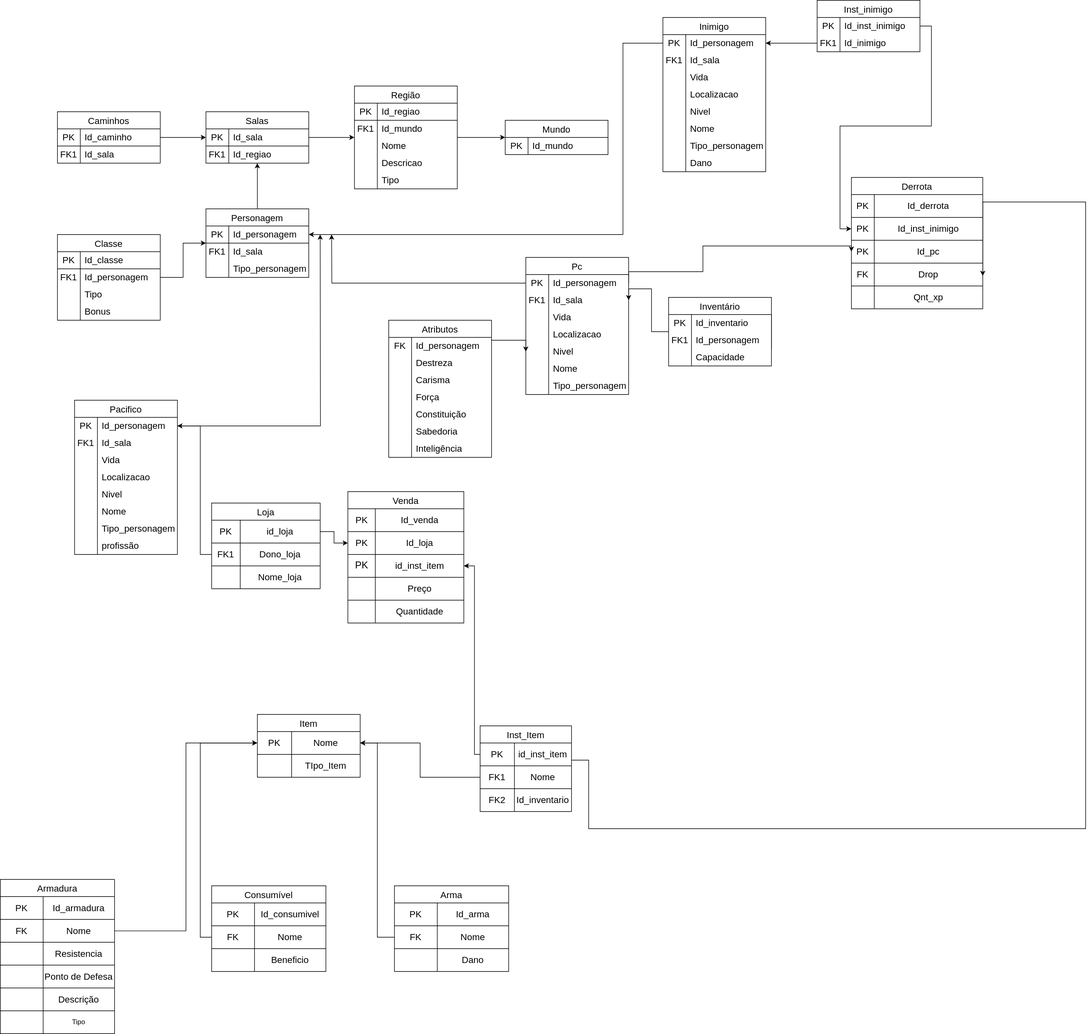
Above: docs/modulo_01/MER.drawio.svg in SBD1/2024.2-D-D-classico (draw.io), before the change. Source tidied: cells renumbered, new cells last; positions are measured from the earlier drawing's top-left corner, leaving out a move shared by most shapes.
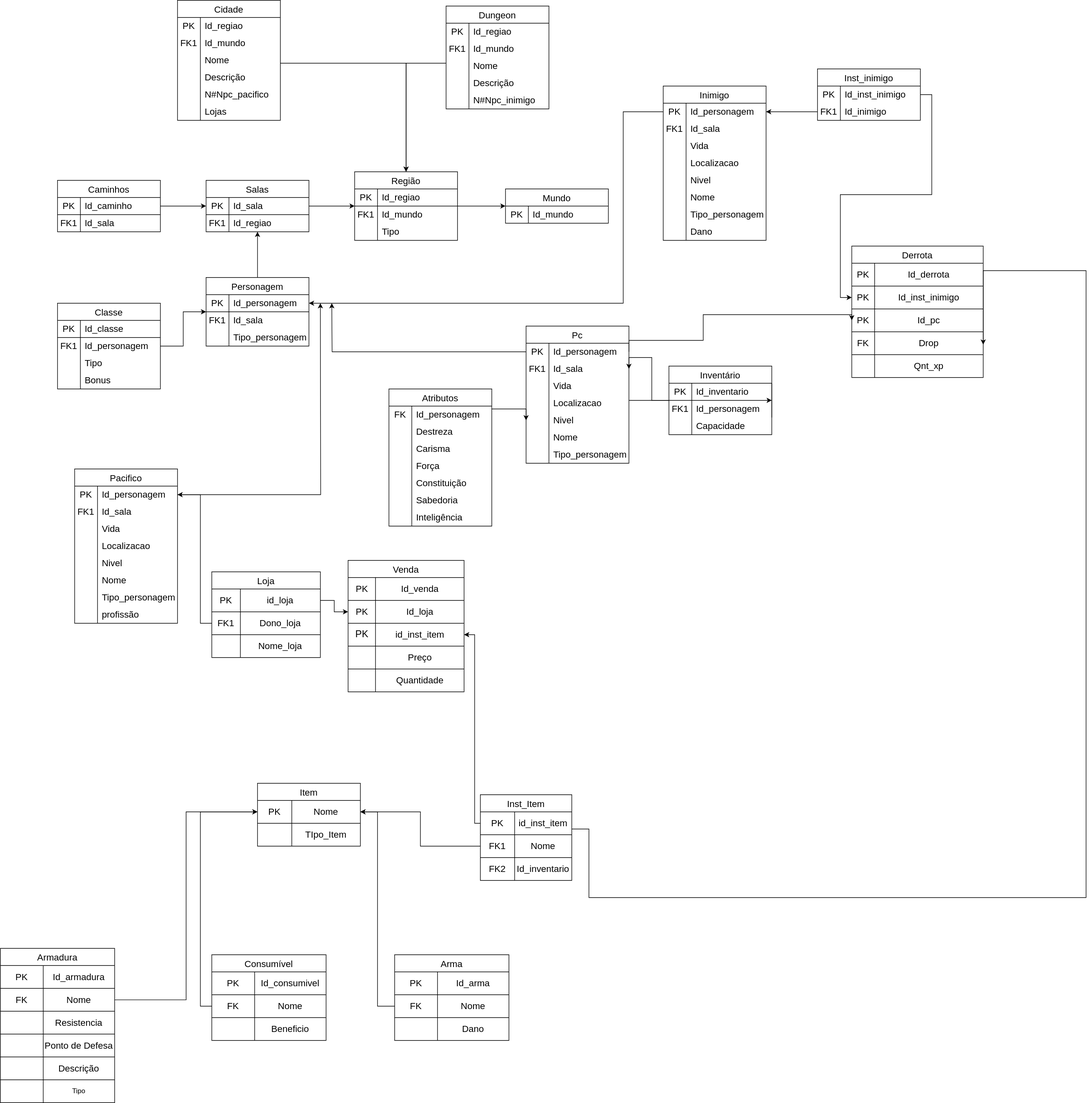
After the commit.

Commit message:
Adiciona tabelas cidade e dungeon

The edit, as a diff of the source:
```diff
@@ -20,8 +20,22 @@
     <mxCell id="7" style="edgeStyle=orthogonalEdgeStyle;rounded=0;jettySize=auto;html=1;" parent="1" edge="1" source="27" target="8">
       <mxGeometry relative="1" as="geometry" />
     </mxCell>
+    <mxCell id="296" style="edgeStyle=orthogonalEdgeStyle;rounded=0;jettySize=auto;html=1;" parent="1" edge="1" source="298" target="8">
+      <mxGeometry relative="1" as="geometry">
+        <Array as="points">
+          <mxPoint x="710" y="-10" />
+        </Array>
+      </mxGeometry>
+    </mxCell>
+    <mxCell id="297" style="edgeStyle=orthogonalEdgeStyle;rounded=0;jettySize=auto;html=1;" parent="1" edge="1" source="317" target="8">
+      <mxGeometry relative="1" as="geometry">
+        <Array as="points">
+          <mxPoint x="710" y="-10" />
+        </Array>
+      </mxGeometry>
+    </mxCell>
     <mxCell id="8" value="Região" style="shape=table;startSize=30;rowLines=0;fontStyle=0;strokeColor=default;fontSize=16;" parent="1" vertex="1">
-      <mxGeometry x="620" y="150" width="180" height="180" as="geometry" />
+      <mxGeometry x="620" y="180" width="180" height="120" as="geometry" />
     </mxCell>
     <mxCell id="9" style="shape=tableRow;horizontal=0;startSize=0;swimlaneHead=0;swimlaneBody=0;top=0;left=0;bottom=0;right=0;fillColor=none;strokeColor=inherit;fontSize=16;" parent="8" vertex="1">
       <mxGeometry y="30" width="180" height="30" as="geometry" />
@@ -41,26 +55,8 @@
     <mxCell id="14" value="Id_mundo" style="shape=partialRectangle;html=1;whiteSpace=wrap;fillColor=none;top=0;left=0;bottom=0;right=0;align=left;spacingLeft=6;overflow=hidden;strokeColor=inherit;fontSize=16;" parent="12" vertex="1">
       <mxGeometry x="40" width="140" height="30" as="geometry" />
     </mxCell>
-    <mxCell id="15" style="shape=tableRow;horizontal=0;startSize=0;swimlaneHead=0;swimlaneBody=0;top=0;left=0;bottom=0;right=0;fillColor=none;strokeColor=inherit;fontSize=16;" parent="8" vertex="1">
-      <mxGeometry y="90" width="180" height="30" as="geometry" />
-    </mxCell>
-    <mxCell id="16" style="shape=partialRectangle;html=1;whiteSpace=wrap;fillColor=none;top=0;left=0;bottom=0;right=0;overflow=hidden;strokeColor=inherit;fontSize=16;" parent="15" vertex="1">
-      <mxGeometry width="40" height="30" as="geometry" />
-    </mxCell>
-    <mxCell id="17" value="Nome" style="shape=partialRectangle;html=1;whiteSpace=wrap;fillColor=none;top=0;left=0;bottom=0;right=0;align=left;spacingLeft=6;overflow=hidden;strokeColor=inherit;fontSize=16;" parent="15" vertex="1">
-      <mxGeometry x="40" width="140" height="30" as="geometry" />
-    </mxCell>
-    <mxCell id="18" style="shape=tableRow;horizontal=0;startSize=0;swimlaneHead=0;swimlaneBody=0;top=0;left=0;bottom=0;right=0;fillColor=none;strokeColor=inherit;fontSize=16;" parent="8" vertex="1">
-      <mxGeometry y="120" width="180" height="30" as="geometry" />
-    </mxCell>
-    <mxCell id="19" style="shape=partialRectangle;html=1;whiteSpace=wrap;fillColor=none;top=0;left=0;bottom=0;right=0;overflow=hidden;strokeColor=inherit;fontSize=16;" parent="18" vertex="1">
-      <mxGeometry width="40" height="30" as="geometry" />
-    </mxCell>
-    <mxCell id="20" value="Descricao" style="shape=partialRectangle;html=1;whiteSpace=wrap;fillColor=none;top=0;left=0;bottom=0;right=0;align=left;spacingLeft=6;overflow=hidden;strokeColor=inherit;fontSize=16;" parent="18" vertex="1">
-      <mxGeometry x="40" width="140" height="30" as="geometry" />
-    </mxCell>
     <mxCell id="21" style="shape=tableRow;horizontal=0;startSize=0;swimlaneHead=0;swimlaneBody=0;top=0;left=0;bottom=0;right=0;fillColor=none;strokeColor=inherit;fontSize=16;" parent="8" vertex="1">
-      <mxGeometry y="150" width="180" height="30" as="geometry" />
+      <mxGeometry y="90" width="180" height="30" as="geometry" />
     </mxCell>
     <mxCell id="22" style="shape=partialRectangle;html=1;whiteSpace=wrap;fillColor=none;top=0;left=0;bottom=0;right=0;overflow=hidden;strokeColor=inherit;fontSize=16;" parent="21" vertex="1">
       <mxGeometry width="40" height="30" as="geometry" />
@@ -69,7 +65,7 @@
       <mxGeometry x="40" width="140" height="30" as="geometry" />
     </mxCell>
     <mxCell id="24" style="line;strokeWidth=1;html=1;" parent="1" vertex="1">
-      <mxGeometry x="620" y="205" width="180" height="10" as="geometry" />
+      <mxGeometry x="620" y="235" width="180" height="10" as="geometry" />
     </mxCell>
     <mxCell id="25" style="edgeStyle=orthogonalEdgeStyle;rounded=0;jettySize=auto;html=1;" parent="1" edge="1" source="35" target="27">
       <mxGeometry relative="1" as="geometry" />
@@ -915,6 +911,63 @@
         <mxPoint x="560" y="410" as="targetPoint" />
       </mxGeometry>
     </mxCell>
+    <mxCell id="298" value="Cidade" style="shape=table;startSize=30;rowLines=0;fontStyle=0;strokeColor=default;fontSize=16;" parent="1" vertex="1">
+      <mxGeometry x="310" y="-120" width="180" height="210" as="geometry" />
+    </mxCell>
+    <mxCell id="299" style="shape=tableRow;horizontal=0;startSize=0;swimlaneHead=0;swimlaneBody=0;top=0;left=0;bottom=0;right=0;fillColor=none;strokeColor=inherit;fontSize=16;" parent="298" vertex="1">
+      <mxGeometry y="30" width="180" height="30" as="geometry" />
+    </mxCell>
+    <mxCell id="300" value="PK" style="shape=partialRectangle;html=1;whiteSpace=wrap;fillColor=none;top=0;left=0;bottom=0;right=0;overflow=hidden;strokeColor=default;fontSize=16;perimeterSpacing=1;" parent="299" vertex="1">
+      <mxGeometry width="40" height="30" as="geometry" />
+    </mxCell>
+    <mxCell id="301" value="Id_regiao" style="shape=partialRectangle;html=1;whiteSpace=wrap;fillColor=none;top=0;left=0;bottom=0;right=0;align=left;spacingLeft=6;overflow=hidden;strokeColor=default;fontSize=16;perimeterSpacing=1;" parent="299" vertex="1">
+      <mxGeometry x="40" width="140" height="30" as="geometry" />
+    </mxCell>
+    <mxCell id="302" style="shape=tableRow;horizontal=0;startSize=0;swimlaneHead=0;swimlaneBody=0;top=0;left=0;bottom=0;right=0;fillColor=none;strokeColor=inherit;fontSize=16;" parent="298" vertex="1">
+      <mxGeometry y="60" width="180" height="30" as="geometry" />
+    </mxCell>
+    <mxCell id="303" value="FK1" style="shape=partialRectangle;html=1;whiteSpace=wrap;fillColor=none;top=0;left=0;bottom=0;right=0;overflow=hidden;strokeColor=inherit;fontSize=16;" parent="302" vertex="1">
+      <mxGeometry width="40" height="30" as="geometry" />
+    </mxCell>
+    <mxCell id="304" value="Id_mundo" style="shape=partialRectangle;html=1;whiteSpace=wrap;fillColor=none;top=0;left=0;bottom=0;right=0;align=left;spacingLeft=6;overflow=hidden;strokeColor=inherit;fontSize=16;" parent="302" vertex="1">
+      <mxGeometry x="40" width="140" height="30" as="geometry" />
+    </mxCell>
+    <mxCell id="305" style="shape=tableRow;horizontal=0;startSize=0;swimlaneHead=0;swimlaneBody=0;top=0;left=0;bottom=0;right=0;fillColor=none;strokeColor=inherit;fontSize=16;" parent="298" vertex="1">
+      <mxGeometry y="90" width="180" height="30" as="geometry" />
+    </mxCell>
+    <mxCell id="306" style="shape=partialRectangle;html=1;whiteSpace=wrap;fillColor=none;top=0;left=0;bottom=0;right=0;overflow=hidden;strokeColor=inherit;fontSize=16;" parent="305" vertex="1">
+      <mxGeometry width="40" height="30" as="geometry" />
+    </mxCell>
+    <mxCell id="307" value="Nome" style="shape=partialRectangle;html=1;whiteSpace=wrap;fillColor=none;top=0;left=0;bottom=0;right=0;align=left;spacingLeft=6;overflow=hidden;strokeColor=inherit;fontSize=16;" parent="305" vertex="1">
+      <mxGeometry x="40" width="140" height="30" as="geometry" />
+    </mxCell>
+    <mxCell id="308" style="shape=tableRow;horizontal=0;startSize=0;swimlaneHead=0;swimlaneBody=0;top=0;left=0;bottom=0;right=0;fillColor=none;strokeColor=inherit;fontSize=16;" parent="298" vertex="1">
+      <mxGeometry y="120" width="180" height="30" as="geometry" />
+    </mxCell>
+    <mxCell id="309" style="shape=partialRectangle;html=1;whiteSpace=wrap;fillColor=none;top=0;left=0;bottom=0;right=0;overflow=hidden;strokeColor=inherit;fontSize=16;" parent="308" vertex="1">
+      <mxGeometry width="40" height="30" as="geometry" />
+    </mxCell>
+    <mxCell id="310" value="Descrição" style="shape=partialRectangle;html=1;whiteSpace=wrap;fillColor=none;top=0;left=0;bottom=0;right=0;align=left;spacingLeft=6;overflow=hidden;strokeColor=inherit;fontSize=16;" parent="308" vertex="1">
+      <mxGeometry x="40" width="140" height="30" as="geometry" />
+    </mxCell>
+    <mxCell id="311" style="shape=tableRow;horizontal=0;startSize=0;swimlaneHead=0;swimlaneBody=0;top=0;left=0;bottom=0;right=0;fillColor=none;strokeColor=inherit;fontSize=16;" parent="298" vertex="1">
+      <mxGeometry y="150" width="180" height="30" as="geometry" />
+    </mxCell>
+    <mxCell id="312" style="shape=partialRectangle;html=1;whiteSpace=wrap;fillColor=none;top=0;left=0;bottom=0;right=0;overflow=hidden;strokeColor=inherit;fontSize=16;" parent="311" vertex="1">
+      <mxGeometry width="40" height="30" as="geometry" />
+    </mxCell>
+    <mxCell id="313" value="N#Npc_pacifico" style="shape=partialRectangle;html=1;whiteSpace=wrap;fillColor=none;top=0;left=0;bottom=0;right=0;align=left;spacingLeft=6;overflow=hidden;strokeColor=inherit;fontSize=16;" parent="311" vertex="1">
+      <mxGeometry x="40" width="140" height="30" as="geometry" />
+    </mxCell>
+    <mxCell id="314" style="shape=tableRow;horizontal=0;startSize=0;swimlaneHead=0;swimlaneBody=0;top=0;left=0;bottom=0;right=0;fillColor=none;strokeColor=inherit;fontSize=16;" parent="298" vertex="1">
+      <mxGeometry y="180" width="180" height="30" as="geometry" />
+    </mxCell>
+    <mxCell id="315" style="shape=partialRectangle;html=1;whiteSpace=wrap;fillColor=none;top=0;left=0;bottom=0;right=0;overflow=hidden;strokeColor=inherit;fontSize=16;" parent="314" vertex="1">
+      <mxGeometry width="40" height="30" as="geometry" />
+    </mxCell>
+    <mxCell id="316" value="Lojas" style="shape=partialRectangle;html=1;whiteSpace=wrap;fillColor=none;top=0;left=0;bottom=0;right=0;align=left;spacingLeft=6;overflow=hidden;strokeColor=inherit;fontSize=16;" parent="314" vertex="1">
+      <mxGeometry x="40" width="140" height="30" as="geometry" />
+    </mxCell>
     <mxCell id="294" style="edgeStyle=orthogonalEdgeStyle;rounded=0;jettySize=auto;html=1;entryX=1;entryY=0.5;entryDx=0;entryDy=0;" parent="1" edge="1" source="101" target="117">
       <mxGeometry relative="1" as="geometry">
         <Array as="points">
@@ -923,6 +976,54 @@
         </Array>
       </mxGeometry>
     </mxCell>
+    <mxCell id="317" value="Dungeon" style="shape=table;startSize=30;rowLines=0;fontStyle=0;strokeColor=default;fontSize=16;" parent="1" vertex="1">
+      <mxGeometry x="780" y="-110" width="180" height="180" as="geometry" />
+    </mxCell>
+    <mxCell id="318" style="shape=tableRow;horizontal=0;startSize=0;swimlaneHead=0;swimlaneBody=0;top=0;left=0;bottom=0;right=0;fillColor=none;strokeColor=inherit;fontSize=16;" parent="317" vertex="1">
+      <mxGeometry y="30" width="180" height="30" as="geometry" />
+    </mxCell>
+    <mxCell id="319" value="PK" style="shape=partialRectangle;html=1;whiteSpace=wrap;fillColor=none;top=0;left=0;bottom=0;right=0;overflow=hidden;strokeColor=default;fontSize=16;perimeterSpacing=1;" parent="318" vertex="1">
+      <mxGeometry width="40" height="30" as="geometry" />
+    </mxCell>
+    <mxCell id="320" value="Id_regiao" style="shape=partialRectangle;html=1;whiteSpace=wrap;fillColor=none;top=0;left=0;bottom=0;right=0;align=left;spacingLeft=6;overflow=hidden;strokeColor=default;fontSize=16;perimeterSpacing=1;" parent="318" vertex="1">
+      <mxGeometry x="40" width="140" height="30" as="geometry" />
+    </mxCell>
+    <mxCell id="321" style="shape=tableRow;horizontal=0;startSize=0;swimlaneHead=0;swimlaneBody=0;top=0;left=0;bottom=0;right=0;fillColor=none;strokeColor=inherit;fontSize=16;" parent="317" vertex="1">
+      <mxGeometry y="60" width="180" height="30" as="geometry" />
+    </mxCell>
+    <mxCell id="322" value="FK1" style="shape=partialRectangle;html=1;whiteSpace=wrap;fillColor=none;top=0;left=0;bottom=0;right=0;overflow=hidden;strokeColor=inherit;fontSize=16;" parent="321" vertex="1">
+      <mxGeometry width="40" height="30" as="geometry" />
+    </mxCell>
+    <mxCell id="323" value="Id_mundo" style="shape=partialRectangle;html=1;whiteSpace=wrap;fillColor=none;top=0;left=0;bottom=0;right=0;align=left;spacingLeft=6;overflow=hidden;strokeColor=inherit;fontSize=16;" parent="321" vertex="1">
+      <mxGeometry x="40" width="140" height="30" as="geometry" />
+    </mxCell>
+    <mxCell id="324" style="shape=tableRow;horizontal=0;startSize=0;swimlaneHead=0;swimlaneBody=0;top=0;left=0;bottom=0;right=0;fillColor=none;strokeColor=inherit;fontSize=16;" parent="317" vertex="1">
+      <mxGeometry y="90" width="180" height="30" as="geometry" />
+    </mxCell>
+    <mxCell id="325" style="shape=partialRectangle;html=1;whiteSpace=wrap;fillColor=none;top=0;left=0;bottom=0;right=0;overflow=hidden;strokeColor=inherit;fontSize=16;" parent="324" vertex="1">
+      <mxGeometry width="40" height="30" as="geometry" />
+    </mxCell>
+    <mxCell id="326" value="Nome" style="shape=partialRectangle;html=1;whiteSpace=wrap;fillColor=none;top=0;left=0;bottom=0;right=0;align=left;spacingLeft=6;overflow=hidden;strokeColor=inherit;fontSize=16;" parent="324" vertex="1">
+      <mxGeometry x="40" width="140" height="30" as="geometry" />
+    </mxCell>
+    <mxCell id="327" style="shape=tableRow;horizontal=0;startSize=0;swimlaneHead=0;swimlaneBody=0;top=0;left=0;bottom=0;right=0;fillColor=none;strokeColor=inherit;fontSize=16;" parent="317" vertex="1">
+      <mxGeometry y="120" width="180" height="30" as="geometry" />
+    </mxCell>
+    <mxCell id="328" style="shape=partialRectangle;html=1;whiteSpace=wrap;fillColor=none;top=0;left=0;bottom=0;right=0;overflow=hidden;strokeColor=inherit;fontSize=16;" parent="327" vertex="1">
+      <mxGeometry width="40" height="30" as="geometry" />
+    </mxCell>
+    <mxCell id="329" value="Descrição" style="shape=partialRectangle;html=1;whiteSpace=wrap;fillColor=none;top=0;left=0;bottom=0;right=0;align=left;spacingLeft=6;overflow=hidden;strokeColor=inherit;fontSize=16;" parent="327" vertex="1">
+      <mxGeometry x="40" width="140" height="30" as="geometry" />
+    </mxCell>
+    <mxCell id="330" style="shape=tableRow;horizontal=0;startSize=0;swimlaneHead=0;swimlaneBody=0;top=0;left=0;bottom=0;right=0;fillColor=none;strokeColor=inherit;fontSize=16;" parent="317" vertex="1">
+      <mxGeometry y="150" width="180" height="30" as="geometry" />
+    </mxCell>
+    <mxCell id="331" style="shape=partialRectangle;html=1;whiteSpace=wrap;fillColor=none;top=0;left=0;bottom=0;right=0;overflow=hidden;strokeColor=inherit;fontSize=16;" parent="330" vertex="1">
+      <mxGeometry width="40" height="30" as="geometry" />
+    </mxCell>
+    <mxCell id="332" value="N#Npc_inimigo" style="shape=partialRectangle;html=1;whiteSpace=wrap;fillColor=none;top=0;left=0;bottom=0;right=0;align=left;spacingLeft=6;overflow=hidden;strokeColor=inherit;fontSize=16;" parent="330" vertex="1">
+      <mxGeometry x="40" width="140" height="30" as="geometry" />
+    </mxCell>
     <mxCell id="295" style="edgeStyle=orthogonalEdgeStyle;rounded=0;jettySize=auto;html=1;entryX=0;entryY=0.5;entryDx=0;entryDy=0;" parent="1" edge="1" source="90" target="114">
       <mxGeometry relative="1" as="geometry" />
     </mxCell>
```
